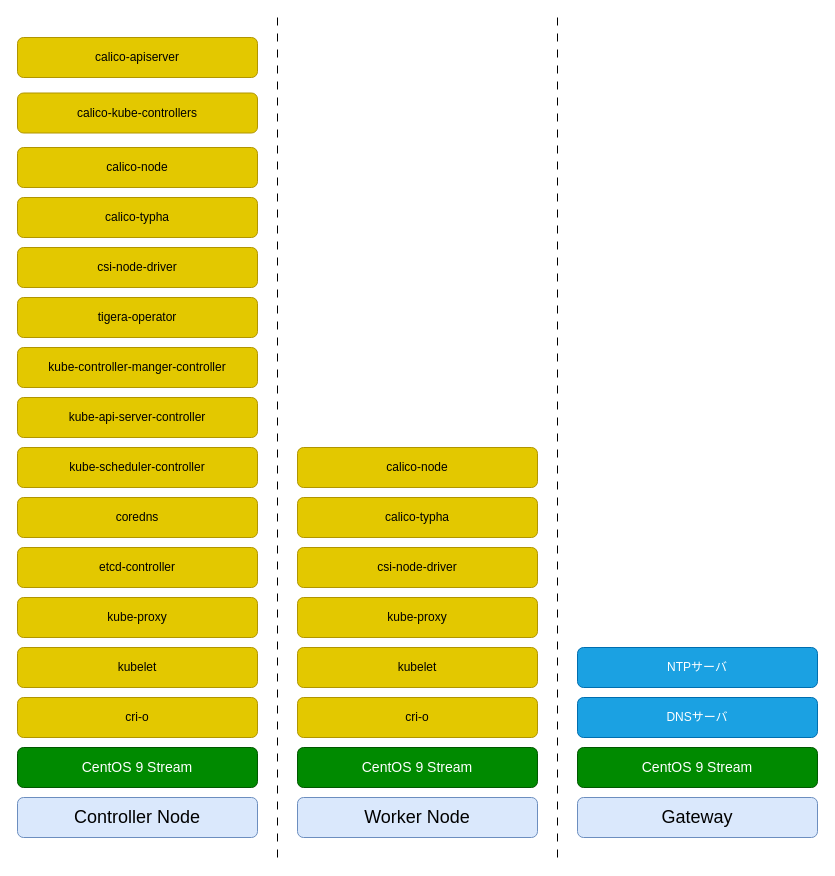
Before: _static/image/software_diagram.drawio in 9506hqwy/k8s_study_notes, a draw.io diagram. Source tidied: cells renumbered, new cells numbered last; positions are measured from the earlier drawing's top-left corner, leaving out a move shared by most shapes. Both pictures are drawn from the tidied source at 100%, with x=0, y=0 at pixel (17, 17).
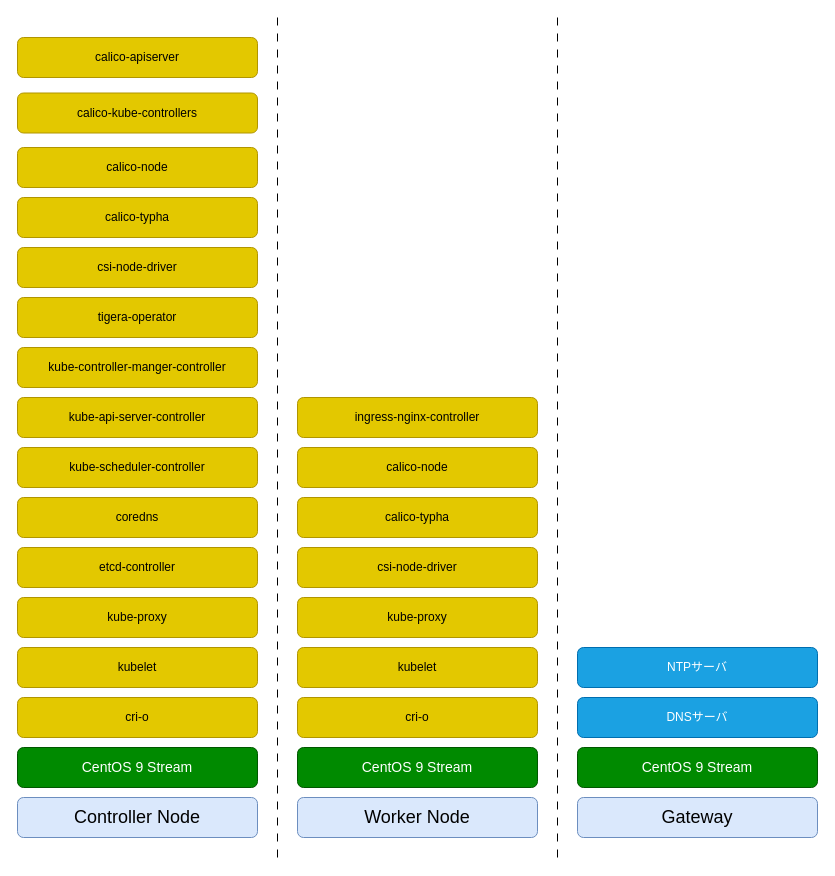
The same page after the edit.

Diff of the diagram source:
```diff
@@
+    <mxCell id="32" value="ingress-nginx-controller" style="rounded=1;whiteSpace=wrap;html=1;fillColor=#e3c800;strokeColor=#B09500;fontColor=#000000;" parent="1" vertex="1">
+      <mxGeometry x="280" y="380" width="240" height="40" as="geometry" />
+    </mxCell>
```
